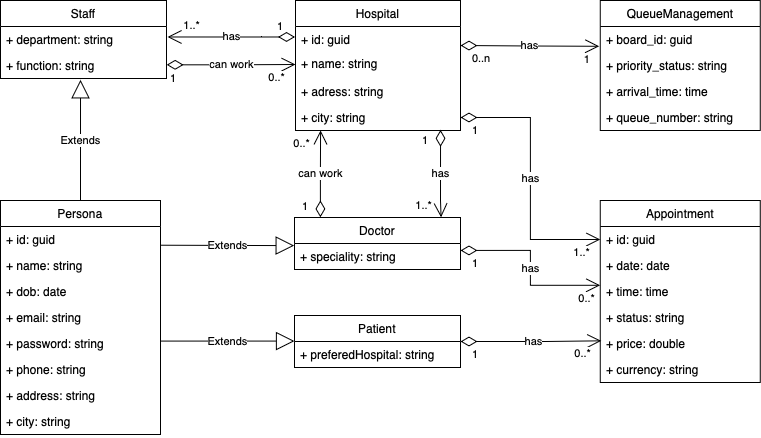
caridade1706/TQS_Project keeps this draw.io diagram as docs/DomainModel.png. Above is the earlier version. Source tidied: cells renumbered, new cells last; positions are measured from the earlier drawing's top-left corner, leaving out a move shared by most shapes.
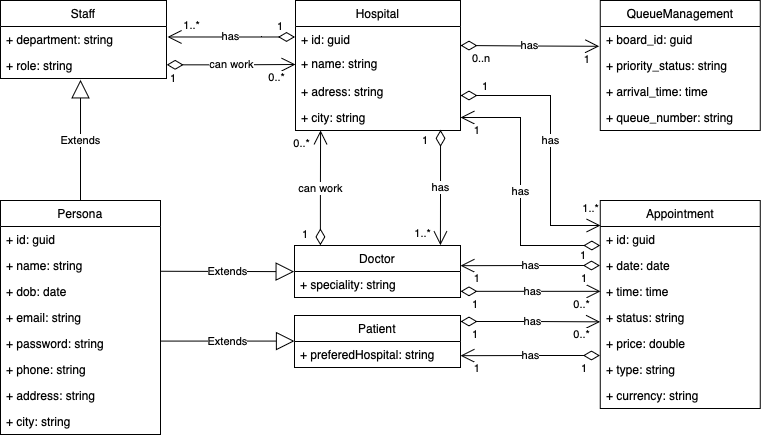
Later version of the same file.

What changed in the source:
```diff
@@ -9,7 +9,7 @@
       <mxGeometry y="26" width="166" height="26" as="geometry" />
     </mxCell>
     <mxCell id="4" value="Appointment" style="swimlane;fontStyle=0;horizontal=1;startSize=26;fillColor=none;whiteSpace=wrap;html=1;" parent="1" vertex="1">
-      <mxGeometry x="599.8" y="200" width="160" height="182" as="geometry" />
+      <mxGeometry x="599.8" y="200" width="160" height="208" as="geometry" />
     </mxCell>
     <mxCell id="5" value="+ id: guid" style="text;strokeColor=none;fillColor=none;align=left;verticalAlign=top;spacingLeft=4;spacingRight=4;overflow=hidden;points=[[0,0.5],[1,0.5]];portConstraint=eastwest;whiteSpace=wrap;html=1;" parent="4" vertex="1">
       <mxGeometry y="26" width="160" height="26" as="geometry" />
@@ -26,9 +26,12 @@
     <mxCell id="9" value="+ price: double&lt;div&gt;&lt;br&gt;&lt;/div&gt;&lt;div&gt;&lt;br&gt;&lt;/div&gt;&lt;div&gt;&lt;br&gt;&lt;/div&gt;&lt;div&gt;&lt;br&gt;&lt;/div&gt;" style="text;strokeColor=none;fillColor=none;align=left;verticalAlign=top;spacingLeft=4;spacingRight=4;overflow=hidden;points=[[0,0.5],[1,0.5]];portConstraint=eastwest;whiteSpace=wrap;html=1;" parent="4" vertex="1">
       <mxGeometry y="130" width="160" height="26" as="geometry" />
     </mxCell>
-    <mxCell id="10" value="+ currency: string&lt;div&gt;&lt;br&gt;&lt;/div&gt;&lt;div&gt;&lt;br&gt;&lt;/div&gt;&lt;div&gt;&lt;br&gt;&lt;/div&gt;&lt;div&gt;&lt;br&gt;&lt;/div&gt;" style="text;strokeColor=none;fillColor=none;align=left;verticalAlign=top;spacingLeft=4;spacingRight=4;overflow=hidden;whiteSpace=wrap;html=1;" parent="4" vertex="1">
+    <mxCell id="10" value="+ type: string&lt;div&gt;&lt;br&gt;&lt;/div&gt;&lt;div&gt;&lt;br&gt;&lt;/div&gt;&lt;div&gt;&lt;br&gt;&lt;/div&gt;&lt;div&gt;&lt;br&gt;&lt;/div&gt;" style="text;strokeColor=none;fillColor=none;align=left;verticalAlign=top;spacingLeft=4;spacingRight=4;overflow=hidden;whiteSpace=wrap;html=1;" parent="4" vertex="1">
       <mxGeometry y="156" width="160" height="26" as="geometry" />
     </mxCell>
+    <mxCell id="62" value="+ currency: string&lt;div&gt;&lt;br&gt;&lt;/div&gt;&lt;div&gt;&lt;br&gt;&lt;/div&gt;&lt;div&gt;&lt;br&gt;&lt;/div&gt;&lt;div&gt;&lt;br&gt;&lt;/div&gt;" style="text;strokeColor=none;fillColor=none;align=left;verticalAlign=top;spacingLeft=4;spacingRight=4;overflow=hidden;whiteSpace=wrap;html=1;" parent="4" vertex="1">
+      <mxGeometry y="182" width="160" height="26" as="geometry" />
+    </mxCell>
     <mxCell id="11" value="Hospital" style="swimlane;fontStyle=0;horizontal=1;startSize=26;fillColor=none;whiteSpace=wrap;html=1;" parent="1" vertex="1">
       <mxGeometry x="295" width="165" height="130" as="geometry" />
     </mxCell>
@@ -59,20 +62,7 @@
     <mxCell id="20" value="+ queue_number: string&lt;div&gt;&lt;br&gt;&lt;/div&gt;&lt;div&gt;&lt;br&gt;&lt;/div&gt;&lt;div&gt;&lt;br&gt;&lt;/div&gt;" style="text;strokeColor=none;fillColor=none;align=left;verticalAlign=top;spacingLeft=4;spacingRight=4;overflow=hidden;whiteSpace=wrap;html=1;" parent="16" vertex="1">
       <mxGeometry y="104" width="160" height="26" as="geometry" />
     </mxCell>
-    <mxCell id="21" value="has" style="endArrow=open;html=1;endSize=12;startArrow=diamondThin;startSize=14;startFill=0;edgeStyle=orthogonalEdgeStyle;rounded=0;exitX=1;exitY=0.267;exitDx=0;exitDy=0;exitPerimeter=0;entryX=-0.001;entryY=0.261;entryDx=0;entryDy=0;entryPerimeter=0;" parent="1" edge="1" source="46" target="7">
-      <mxGeometry relative="1" as="geometry" />
-    </mxCell>
-    <mxCell id="22" value="1" style="edgeLabel;html=1;align=left;verticalAlign=top;" parent="21" vertex="1">
-      <mxGeometry x="-1" relative="1" as="geometry">
-        <mxPoint x="10" as="offset" />
-      </mxGeometry>
-    </mxCell>
-    <mxCell id="23" value="0..*" style="edgeLabel;html=1;align=right;verticalAlign=top;" parent="21" vertex="1">
-      <mxGeometry x="1" relative="1" as="geometry">
-        <mxPoint x="-5" as="offset" />
-      </mxGeometry>
-    </mxCell>
-    <mxCell id="24" value="has" style="endArrow=open;html=1;endSize=12;startArrow=diamondThin;startSize=14;startFill=0;edgeStyle=orthogonalEdgeStyle;rounded=0;exitX=0.879;exitY=0.976;exitDx=0;exitDy=0;exitPerimeter=0;entryX=0.883;entryY=-0.003;entryDx=0;entryDy=0;entryPerimeter=0;" parent="1" edge="1" source="15" target="45">
+    <mxCell id="24" value="has" style="endArrow=open;html=1;endSize=12;startArrow=diamondThin;startSize=14;startFill=0;edgeStyle=orthogonalEdgeStyle;rounded=0;exitX=0.879;exitY=0.976;exitDx=0;exitDy=0;exitPerimeter=0;entryX=0.879;entryY=-0.006;entryDx=0;entryDy=0;entryPerimeter=0;" parent="1" edge="1" source="15" target="45">
       <mxGeometry relative="1" as="geometry">
         <Array as="points">
           <mxPoint x="440" y="200" />
@@ -89,23 +79,31 @@
         <mxPoint x="-9" y="-24" as="offset" />
       </mxGeometry>
     </mxCell>
-    <mxCell id="27" value="has" style="endArrow=open;html=1;endSize=12;startArrow=diamondThin;startSize=14;startFill=0;edgeStyle=orthogonalEdgeStyle;rounded=0;exitX=1;exitY=0.5;exitDx=0;exitDy=0;entryX=0;entryY=0.5;entryDx=0;entryDy=0;" parent="1" edge="1" source="15" target="5">
-      <mxGeometry relative="1" as="geometry" />
+    <mxCell id="27" value="has" style="endArrow=open;html=1;endSize=12;startArrow=diamondThin;startSize=14;startFill=0;edgeStyle=orthogonalEdgeStyle;rounded=0;exitX=1;exitY=0.5;exitDx=0;exitDy=0;" parent="1" edge="1">
+      <mxGeometry relative="1" as="geometry">
+        <mxPoint x="460" y="95" as="sourcePoint" />
+        <mxPoint x="600" y="225" as="targetPoint" />
+        <Array as="points">
+          <mxPoint x="550" y="95" />
+          <mxPoint x="550" y="225" />
+        </Array>
+      </mxGeometry>
     </mxCell>
     <mxCell id="28" value="1" style="edgeLabel;html=1;align=left;verticalAlign=top;" parent="27" vertex="1">
       <mxGeometry x="-1" relative="1" as="geometry">
-        <mxPoint x="10" as="offset" />
+        <mxPoint x="20" y="-22" as="offset" />
       </mxGeometry>
     </mxCell>
     <mxCell id="29" value="1..*" style="edgeLabel;html=1;align=right;verticalAlign=top;" parent="27" vertex="1">
       <mxGeometry x="1" relative="1" as="geometry">
-        <mxPoint x="-10" as="offset" />
+        <mxPoint x="-1" y="-30" as="offset" />
       </mxGeometry>
     </mxCell>
-    <mxCell id="30" value="has" style="endArrow=open;html=1;endSize=12;startArrow=diamondThin;startSize=14;startFill=0;edgeStyle=orthogonalEdgeStyle;rounded=0;exitX=1;exitY=0.5;exitDx=0;exitDy=0;entryX=0.006;entryY=0.397;entryDx=0;entryDy=0;entryPerimeter=0;" parent="1" edge="1" source="2" target="9">
+    <mxCell id="30" value="has" style="endArrow=open;html=1;endSize=12;startArrow=diamondThin;startSize=14;startFill=0;edgeStyle=orthogonalEdgeStyle;rounded=0;exitX=1;exitY=0.5;exitDx=0;exitDy=0;entryX=-0.001;entryY=0.667;entryDx=0;entryDy=0;entryPerimeter=0;" parent="1" edge="1" target="8">
       <mxGeometry x="0.03" relative="1" as="geometry">
+        <mxPoint x="460" y="321" as="sourcePoint" />
         <Array as="points">
-          <mxPoint x="545" y="341" />
+          <mxPoint x="530" y="321" />
         </Array>
       </mxGeometry>
     </mxCell>
@@ -162,7 +160,7 @@
       <mxGeometry y="208" width="160" height="26" as="geometry" />
     </mxCell>
     <mxCell id="45" value="Doctor" style="swimlane;fontStyle=0;horizontal=1;startSize=26;fillColor=none;whiteSpace=wrap;html=1;" parent="1" vertex="1">
-      <mxGeometry x="294" y="217" width="166" height="52" as="geometry" />
+      <mxGeometry x="294" y="245" width="166" height="52" as="geometry" />
     </mxCell>
     <mxCell id="46" value="+ speciality: string&lt;div&gt;&lt;br&gt;&lt;/div&gt;&lt;div&gt;&lt;br&gt;&lt;/div&gt;&lt;div&gt;&lt;br&gt;&lt;/div&gt;&lt;div&gt;&lt;br&gt;&lt;/div&gt;" style="text;strokeColor=none;fillColor=none;align=left;verticalAlign=top;spacingLeft=4;spacingRight=4;overflow=hidden;points=[[0,0.5],[1,0.5]];portConstraint=eastwest;whiteSpace=wrap;html=1;" parent="45" vertex="1">
       <mxGeometry y="26" width="166" height="26" as="geometry" />
@@ -186,7 +184,7 @@
     <mxCell id="51" value="+ department: string" style="text;strokeColor=none;fillColor=none;align=left;verticalAlign=top;spacingLeft=4;spacingRight=4;overflow=hidden;points=[[0,0.5],[1,0.5]];portConstraint=eastwest;whiteSpace=wrap;html=1;" parent="50" vertex="1">
       <mxGeometry y="26" width="166" height="26" as="geometry" />
     </mxCell>
-    <mxCell id="52" value="+ function: string" style="text;strokeColor=none;fillColor=none;align=left;verticalAlign=top;spacingLeft=4;spacingRight=4;overflow=hidden;points=[[0,0.5],[1,0.5]];portConstraint=eastwest;whiteSpace=wrap;html=1;" parent="50" vertex="1">
+    <mxCell id="52" value="+ role: string" style="text;strokeColor=none;fillColor=none;align=left;verticalAlign=top;spacingLeft=4;spacingRight=4;overflow=hidden;points=[[0,0.5],[1,0.5]];portConstraint=eastwest;whiteSpace=wrap;html=1;" parent="50" vertex="1">
       <mxGeometry y="52" width="166" height="26" as="geometry" />
     </mxCell>
     <mxCell id="53" value="Extends" style="endArrow=block;endSize=16;endFill=0;html=1;rounded=0;exitX=0.5;exitY=0;exitDx=0;exitDy=0;entryX=0.482;entryY=1.051;entryDx=0;entryDy=0;entryPerimeter=0;" parent="1" edge="1" source="36" target="52">
@@ -196,9 +194,10 @@
         </Array>
       </mxGeometry>
     </mxCell>
-    <mxCell id="54" value="Extends" style="endArrow=block;endSize=16;endFill=0;html=1;rounded=0;exitX=1;exitY=0.72;exitDx=0;exitDy=0;exitPerimeter=0;entryX=-0.002;entryY=0.735;entryDx=0;entryDy=0;entryPerimeter=0;" parent="1" edge="1" source="37">
+    <mxCell id="54" value="Extends" style="endArrow=block;endSize=16;endFill=0;html=1;rounded=0;exitX=1;exitY=0.72;exitDx=0;exitDy=0;exitPerimeter=0;entryX=-0.002;entryY=0.735;entryDx=0;entryDy=0;entryPerimeter=0;" parent="1" edge="1">
       <mxGeometry relative="1" as="geometry">
-        <mxPoint x="293.7" y="245.1" as="targetPoint" />
+        <mxPoint x="160" y="270.8" as="sourcePoint" />
+        <mxPoint x="293.7" y="271.1" as="targetPoint" />
       </mxGeometry>
     </mxCell>
     <mxCell id="55" value="Extends" style="endArrow=block;endSize=16;endFill=0;html=1;rounded=0;exitX=1;exitY=0.72;exitDx=0;exitDy=0;exitPerimeter=0;entryX=-0.002;entryY=0.735;entryDx=0;entryDy=0;entryPerimeter=0;" parent="1" edge="1">
@@ -238,5 +237,81 @@
         <mxPoint x="33" y="-24" as="offset" />
       </mxGeometry>
     </mxCell>
+    <mxCell id="63" value="has" style="endArrow=open;html=1;endSize=12;startArrow=diamondThin;startSize=14;startFill=0;edgeStyle=orthogonalEdgeStyle;rounded=0;exitX=-0.002;exitY=0.339;exitDx=0;exitDy=0;exitPerimeter=0;" parent="1" edge="1">
+      <mxGeometry relative="1" as="geometry">
+        <mxPoint x="599.4" y="355" as="sourcePoint" />
+        <mxPoint x="460" y="355.2" as="targetPoint" />
+        <Array as="points">
+          <mxPoint x="540" y="355.2" />
+        </Array>
+      </mxGeometry>
+    </mxCell>
+    <mxCell id="64" value="1" style="edgeLabel;html=1;align=left;verticalAlign=top;" parent="63" vertex="1">
+      <mxGeometry x="-1" relative="1" as="geometry">
+        <mxPoint x="-20" as="offset" />
+      </mxGeometry>
+    </mxCell>
+    <mxCell id="65" value="1" style="edgeLabel;html=1;align=right;verticalAlign=top;" parent="63" vertex="1">
+      <mxGeometry x="1" relative="1" as="geometry">
+        <mxPoint x="20" as="offset" />
+      </mxGeometry>
+    </mxCell>
+    <mxCell id="66" value="has" style="endArrow=open;html=1;endSize=12;startArrow=diamondThin;startSize=14;startFill=0;edgeStyle=orthogonalEdgeStyle;rounded=0;exitX=1;exitY=0.5;exitDx=0;exitDy=0;entryX=-0.001;entryY=0.667;entryDx=0;entryDy=0;entryPerimeter=0;" parent="1" edge="1">
+      <mxGeometry x="0.03" relative="1" as="geometry">
+        <mxPoint x="460" y="290.8" as="sourcePoint" />
+        <mxPoint x="600" y="290.8" as="targetPoint" />
+        <Array as="points">
+          <mxPoint x="530" y="290.8" />
+        </Array>
+      </mxGeometry>
+    </mxCell>
+    <mxCell id="67" value="1" style="edgeLabel;html=1;align=left;verticalAlign=top;" parent="66" vertex="1">
+      <mxGeometry x="-1" relative="1" as="geometry">
+        <mxPoint x="10" as="offset" />
+      </mxGeometry>
+    </mxCell>
+    <mxCell id="23" value="0..*" style="edgeLabel;html=1;align=right;verticalAlign=top;" parent="66" vertex="1">
+      <mxGeometry x="1" relative="1" as="geometry">
+        <mxPoint x="-10" as="offset" />
+      </mxGeometry>
+    </mxCell>
+    <mxCell id="68" value="has" style="endArrow=open;html=1;endSize=12;startArrow=diamondThin;startSize=14;startFill=0;edgeStyle=orthogonalEdgeStyle;rounded=0;exitX=-0.002;exitY=0.339;exitDx=0;exitDy=0;exitPerimeter=0;" parent="1" edge="1">
+      <mxGeometry relative="1" as="geometry">
+        <mxPoint x="599.4" y="265" as="sourcePoint" />
+        <mxPoint x="460" y="265.2" as="targetPoint" />
+        <Array as="points">
+          <mxPoint x="540" y="265.2" />
+        </Array>
+      </mxGeometry>
+    </mxCell>
+    <mxCell id="69" value="1" style="edgeLabel;html=1;align=left;verticalAlign=top;" parent="68" vertex="1">
+      <mxGeometry x="-1" relative="1" as="geometry">
+        <mxPoint x="-20" as="offset" />
+      </mxGeometry>
+    </mxCell>
+    <mxCell id="70" value="1" style="edgeLabel;html=1;align=right;verticalAlign=top;" parent="68" vertex="1">
+      <mxGeometry x="1" relative="1" as="geometry">
+        <mxPoint x="20" as="offset" />
+      </mxGeometry>
+    </mxCell>
+    <mxCell id="71" value="has" style="endArrow=open;html=1;endSize=12;startArrow=diamondThin;startSize=14;startFill=0;edgeStyle=orthogonalEdgeStyle;rounded=0;exitX=-0.002;exitY=0.339;exitDx=0;exitDy=0;exitPerimeter=0;entryX=1;entryY=0.5;entryDx=0;entryDy=0;" parent="1" edge="1" target="15">
+      <mxGeometry relative="1" as="geometry">
+        <mxPoint x="599.8" y="245" as="sourcePoint" />
+        <Array as="points">
+          <mxPoint x="520" y="245" />
+          <mxPoint x="520" y="117" />
+        </Array>
+      </mxGeometry>
+    </mxCell>
+    <mxCell id="72" value="1" style="edgeLabel;html=1;align=left;verticalAlign=top;" parent="71" vertex="1">
+      <mxGeometry x="-1" relative="1" as="geometry">
+        <mxPoint x="-22" y="-3" as="offset" />
+      </mxGeometry>
+    </mxCell>
+    <mxCell id="73" value="1" style="edgeLabel;html=1;align=right;verticalAlign=top;" parent="71" vertex="1">
+      <mxGeometry x="1" relative="1" as="geometry">
+        <mxPoint x="20" as="offset" />
+      </mxGeometry>
+    </mxCell>
   </root>
 </mxGraphModel>
```
